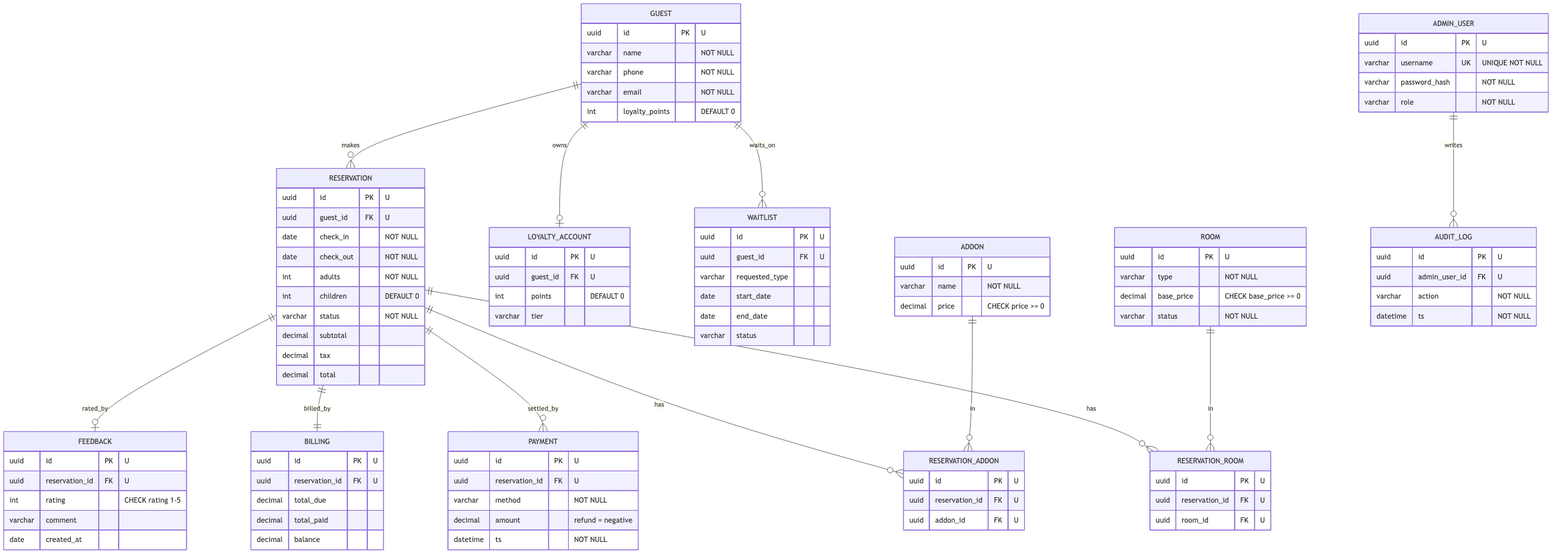
AjayMaan13/javafx-hms keeps this Mermaid diagram as design/erd.png. Above is the earlier version. Its source is kept beside it as design/erd.mmd. The source it was exported from:
```mermaid
erDiagram
    GUEST           ||--o{ RESERVATION       : makes
    GUEST           ||--o| LOYALTY_ACCOUNT    : owns
    GUEST           ||--o{ WAITLIST           : waits_on
    RESERVATION     ||--o{ RESERVATION_ROOM   : has
    ROOM            ||--o{ RESERVATION_ROOM   : in
    RESERVATION     ||--o{ RESERVATION_ADDON  : has
    ADDON           ||--o{ RESERVATION_ADDON  : in
    RESERVATION     ||--o{ PAYMENT            : settled_by
    RESERVATION     ||--|| BILLING            : billed_by
    RESERVATION     ||--o| FEEDBACK           : rated_by
    ADMIN_USER      ||--o{ AUDIT_LOG          : writes

    GUEST {
        uuid id PK "U"
        varchar name "NOT NULL"
        varchar phone "NOT NULL"
        varchar email "NOT NULL"
        int loyalty_points "DEFAULT 0"
    }
    RESERVATION {
        uuid id PK "U"
        uuid guest_id FK "U"
        date check_in "NOT NULL"
        date check_out "NOT NULL"
        int adults "NOT NULL"
        int children "DEFAULT 0"
        varchar status "NOT NULL"
        decimal subtotal
        decimal tax
        decimal total
    }
    ROOM {
        uuid id PK "U"
        varchar type "NOT NULL"
        decimal base_price "CHECK base_price >= 0"
        varchar status "NOT NULL"
    }
    RESERVATION_ROOM {
        uuid id PK "U"
        uuid reservation_id FK "U"
        uuid room_id FK "U"
    }
    ADDON {
        uuid id PK "U"
        varchar name "NOT NULL"
        decimal price "CHECK price >= 0"
    }
    RESERVATION_ADDON {
        uuid id PK "U"
        uuid reservation_id FK "U"
        uuid addon_id FK "U"
    }
    FEEDBACK {
        uuid id PK "U"
        uuid reservation_id FK "U"
        int rating "CHECK rating 1-5"
        varchar comment
        date created_at
    }
    PAYMENT {
        uuid id PK "U"
        uuid reservation_id FK "U"
        varchar method "NOT NULL"
        decimal amount "refund = negative"
        datetime ts "NOT NULL"
    }
    BILLING {
        uuid id PK "U"
        uuid reservation_id FK "U"
        decimal total_due
        decimal total_paid
        decimal balance
    }
    LOYALTY_ACCOUNT {
        uuid id PK "U"
        uuid guest_id FK "U"
        int points "DEFAULT 0"
        varchar tier
    }
    WAITLIST {
        uuid id PK "U"
        uuid guest_id FK "U"
        varchar requested_type
        date start_date
        date end_date
        varchar status
    }
    ADMIN_USER {
        uuid id PK "U"
        varchar username UK "UNIQUE NOT NULL"
        varchar password_hash "NOT NULL"
        varchar role "NOT NULL"
    }
    AUDIT_LOG {
        uuid id PK "U"
        uuid admin_user_id FK "U"
        varchar action "NOT NULL"
        datetime ts "NOT NULL"
    }
```
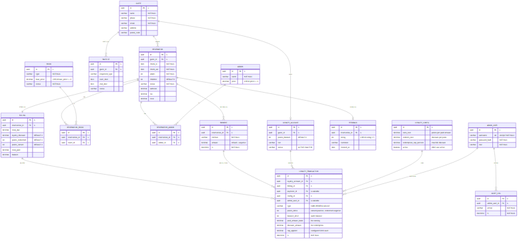
The same file after the commit.

What changed in the source:
```diff
@@ -1,22 +1,28 @@
 erDiagram
-    GUEST           ||--o{ RESERVATION       : makes
-    GUEST           ||--o| LOYALTY_ACCOUNT    : owns
-    GUEST           ||--o{ WAITLIST           : waits_on
-    RESERVATION     ||--o{ RESERVATION_ROOM   : has
-    ROOM            ||--o{ RESERVATION_ROOM   : in
-    RESERVATION     ||--o{ RESERVATION_ADDON  : has
-    ADDON           ||--o{ RESERVATION_ADDON  : in
-    RESERVATION     ||--o{ PAYMENT            : settled_by
-    RESERVATION     ||--|| BILLING            : billed_by
-    RESERVATION     ||--o| FEEDBACK           : rated_by
-    ADMIN_USER      ||--o{ AUDIT_LOG          : writes
+    GUEST           ||--o{ RESERVATION          : makes
+    GUEST           ||--o| LOYALTY_ACCOUNT      : owns
+    GUEST           ||--o{ WAITLIST             : waits_on
+    RESERVATION     ||--o{ RESERVATION_ROOM     : has
+    ROOM            ||--o{ RESERVATION_ROOM     : in
+    RESERVATION     ||--o{ RESERVATION_ADDON    : has
+    ADDON           ||--o{ RESERVATION_ADDON    : in
+    RESERVATION     ||--o{ PAYMENT              : settled_by
+    RESERVATION     ||--|| BILLING              : billed_by
+    RESERVATION     ||--o| FEEDBACK             : rated_by
+    BILLING         ||--o{ LOYALTY_TRANSACTION  : applies
+    PAYMENT         ||--o{ LOYALTY_TRANSACTION  : earns_from
+    LOYALTY_ACCOUNT ||--o{ LOYALTY_TRANSACTION  : records
+    LOYALTY_CONFIG  ||--o{ LOYALTY_TRANSACTION  : uses
+    ADMIN_USER      ||--o{ AUDIT_LOG            : writes
+    ADMIN_USER      ||--o{ LOYALTY_TRANSACTION  : approves
 
     GUEST {
         uuid id PK "U"
         varchar name "NOT NULL"
         varchar phone "NOT NULL"
         varchar email "NOT NULL"
-        int loyalty_points "DEFAULT 0"
+        varchar address
+        varchar postal_code
     }
     RESERVATION {
         uuid id PK "U"
@@ -69,14 +75,40 @@
         uuid id PK "U"
         uuid reservation_id FK "U"
         decimal total_due
+        decimal loyalty_discount "DEFAULT 0"
+        int points_redeemed "DEFAULT 0"
+        int points_earned "DEFAULT 0"
         decimal total_paid
         decimal balance
     }
     LOYALTY_ACCOUNT {
         uuid id PK "U"
         uuid guest_id FK "U"
-        int points "DEFAULT 0"
+        int points_balance "DEFAULT 0"
         varchar tier
+        varchar status "ACTIVE/INACTIVE"
+    }
+    LOYALTY_CONFIG {
+        uuid id PK "U"
+        decimal earn_rate "points per paid amount"
+        decimal redeem_rate "discount per point"
+        decimal redemption_cap_percent "max bill discount"
+        boolean active "ONLY one active"
+    }
+    LOYALTY_TRANSACTION {
+        uuid id PK "U"
+        uuid loyalty_account_id FK "U"
+        uuid billing_id FK "U"
+        uuid payment_id FK "U nullable"
+        uuid config_id FK "U"
+        uuid admin_user_id FK "U nullable"
+        varchar type "EARN/REDEEM/ADJUST"
+        int points_delta "earned positive, redeemed negative"
+        int balance_after "audit balance"
+        decimal paid_amount_basis "for earning"
+        decimal discount_amount "for redemption"
+        decimal cap_applied "configured limit used"
+        datetime ts "NOT NULL"
     }
     WAITLIST {
         uuid id PK "U"
```
